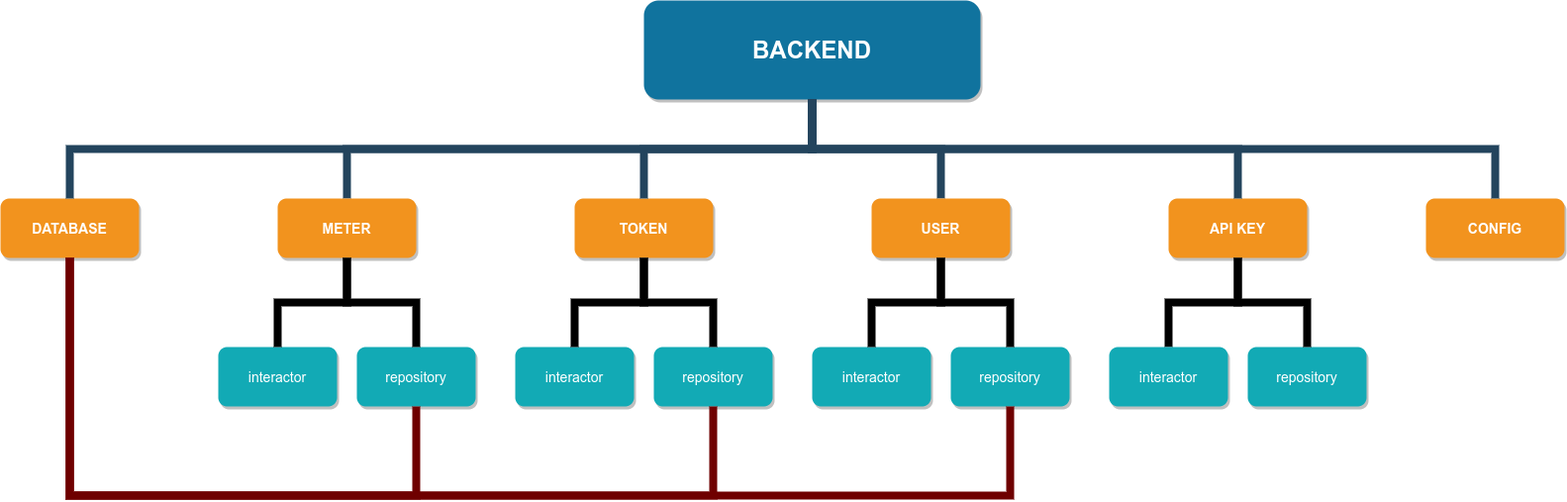
kisinga/ATS keeps this draw.io diagram as assets/structure.png. Above is the earlier version. Source tidied: cells renumbered, new cells last; positions are measured from the earlier drawing's top-left corner, leaving out a move shared by most shapes.
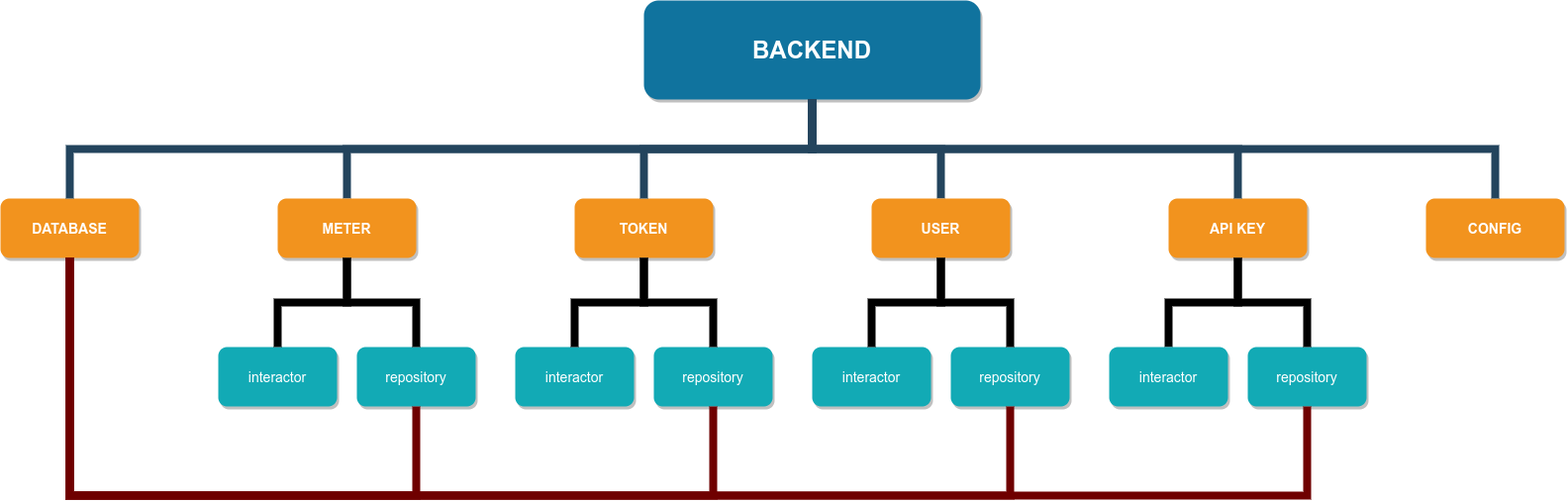
Above is the later version.

The edit, as a diff of the source:
```diff
@@ -133,5 +133,13 @@
         <mxPoint x="1410" y="200" as="targetPoint" />
       </mxGeometry>
     </mxCell>
+    <mxCell id="40" style="edgeStyle=orthogonalEdgeStyle;rounded=0;jettySize=auto;html=1;startArrow=none;startFill=0;endArrow=none;endFill=0;strokeWidth=8;fillColor=#a20025;strokeColor=#6F0000;exitX=0.5;exitY=1;exitDx=0;exitDy=0;" parent="1" edge="1" source="3" target="37">
+      <mxGeometry relative="1" as="geometry">
+        <Array as="points">
+          <mxPoint x="230" y="500" />
+          <mxPoint x="1480" y="500" />
+        </Array>
+      </mxGeometry>
+    </mxCell>
   </root>
 </mxGraphModel>
```
